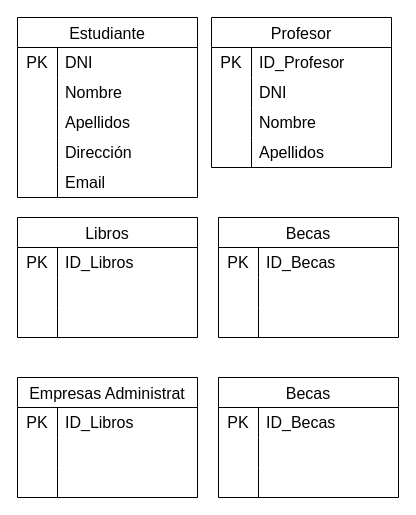
Earlier version of the draw.io diagram page "Página-1" (1 of 2) of Modelo-ER/Modelo Relacional.drawio (Angel170605/Proyecto-BBDD). Source tidied: cells renumbered, new cells numbered last; positions are measured from the earlier drawing's top-left corner, leaving out a move shared by most shapes. Both pictures are drawn from the tidied source at 100%, with x=0, y=0 at pixel (17, 17).
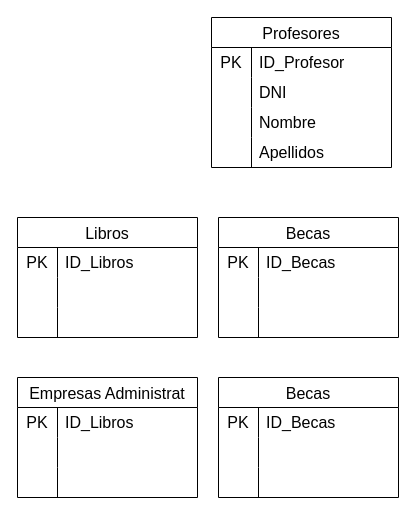
Above is the later version.

Diff of the diagram source:
```diff
@@
-    <mxCell id="2" value="Estudiante" style="shape=table;startSize=30;childLayout=tableLayout;rowLines=0;fontStyle=0;strokeColor=default;fontSize=16;" parent="1" vertex="1">
-      <mxGeometry width="180" height="180" as="geometry" />
-    </mxCell>
-    <mxCell id="3" style="shape=tableRow;horizontal=0;startSize=0;swimlaneHead=0;swimlaneBody=0;top=0;left=0;bottom=0;right=0;fillColor=none;strokeColor=inherit;fontSize=16;" parent="2" vertex="1">
-      <mxGeometry y="30" width="180" height="30" as="geometry" />
-    </mxCell>
-    <mxCell id="4" value="PK" style="shape=partialRectangle;html=1;whiteSpace=wrap;fillColor=none;top=0;left=0;bottom=0;right=0;overflow=hidden;strokeColor=inherit;fontSize=16;" parent="3" vertex="1">
-      <mxGeometry width="40" height="30" as="geometry" />
-    </mxCell>
-    <mxCell id="5" value="DNI" style="shape=partialRectangle;html=1;whiteSpace=wrap;fillColor=none;top=0;left=0;bottom=0;right=0;align=left;spacingLeft=6;overflow=hidden;strokeColor=inherit;fontSize=16;" parent="3" vertex="1">
-      <mxGeometry x="40" width="140" height="30" as="geometry" />
-    </mxCell>
-    <mxCell id="6" style="shape=tableRow;horizontal=0;startSize=0;swimlaneHead=0;swimlaneBody=0;top=0;left=0;bottom=0;right=0;fillColor=none;strokeColor=inherit;fontSize=16;" parent="2" vertex="1">
-      <mxGeometry y="60" width="180" height="30" as="geometry" />
-    </mxCell>
-    <mxCell id="7" style="shape=partialRectangle;html=1;whiteSpace=wrap;fillColor=none;top=0;left=0;bottom=0;right=0;overflow=hidden;strokeColor=inherit;fontSize=16;" parent="6" vertex="1">
-      <mxGeometry width="40" height="30" as="geometry" />
-    </mxCell>
-    <mxCell id="8" value="Nombre" style="shape=partialRectangle;html=1;whiteSpace=wrap;fillColor=none;top=0;left=0;bottom=0;right=0;align=left;spacingLeft=6;overflow=hidden;strokeColor=inherit;fontSize=16;" parent="6" vertex="1">
-      <mxGeometry x="40" width="140" height="30" as="geometry" />
-    </mxCell>
-    <mxCell id="9" style="shape=tableRow;horizontal=0;startSize=0;swimlaneHead=0;swimlaneBody=0;top=0;left=0;bottom=0;right=0;fillColor=none;strokeColor=inherit;fontSize=16;" parent="2" vertex="1">
-      <mxGeometry y="90" width="180" height="30" as="geometry" />
-    </mxCell>
-    <mxCell id="10" style="shape=partialRectangle;html=1;whiteSpace=wrap;fillColor=none;top=0;left=0;bottom=0;right=0;overflow=hidden;strokeColor=inherit;fontSize=16;" parent="9" vertex="1">
-      <mxGeometry width="40" height="30" as="geometry" />
-    </mxCell>
-    <mxCell id="11" value="Apellidos" style="shape=partialRectangle;html=1;whiteSpace=wrap;fillColor=none;top=0;left=0;bottom=0;right=0;align=left;spacingLeft=6;overflow=hidden;strokeColor=inherit;fontSize=16;" parent="9" vertex="1">
-      <mxGeometry x="40" width="140" height="30" as="geometry" />
-    </mxCell>
-    <mxCell id="12" style="shape=tableRow;horizontal=0;startSize=0;swimlaneHead=0;swimlaneBody=0;top=0;left=0;bottom=0;right=0;fillColor=none;strokeColor=inherit;fontSize=16;" parent="2" vertex="1">
-      <mxGeometry y="120" width="180" height="30" as="geometry" />
-    </mxCell>
-    <mxCell id="13" style="shape=partialRectangle;html=1;whiteSpace=wrap;fillColor=none;top=0;left=0;bottom=0;right=0;overflow=hidden;strokeColor=inherit;fontSize=16;" parent="12" vertex="1">
-      <mxGeometry width="40" height="30" as="geometry" />
-    </mxCell>
-    <mxCell id="14" value="Dirección" style="shape=partialRectangle;html=1;whiteSpace=wrap;fillColor=none;top=0;left=0;bottom=0;right=0;align=left;spacingLeft=6;overflow=hidden;strokeColor=inherit;fontSize=16;" parent="12" vertex="1">
-      <mxGeometry x="40" width="140" height="30" as="geometry" />
-    </mxCell>
-    <mxCell id="15" style="shape=tableRow;horizontal=0;startSize=0;swimlaneHead=0;swimlaneBody=0;top=0;left=0;bottom=0;right=0;fillColor=none;strokeColor=inherit;fontSize=16;" parent="2" vertex="1">
-      <mxGeometry y="150" width="180" height="30" as="geometry" />
-    </mxCell>
-    <mxCell id="16" style="shape=partialRectangle;html=1;whiteSpace=wrap;fillColor=none;top=0;left=0;bottom=0;right=0;overflow=hidden;strokeColor=inherit;fontSize=16;" parent="15" vertex="1">
-      <mxGeometry width="40" height="30" as="geometry" />
-    </mxCell>
-    <mxCell id="17" value="Email" style="shape=partialRectangle;html=1;whiteSpace=wrap;fillColor=none;top=0;left=0;bottom=0;right=0;align=left;spacingLeft=6;overflow=hidden;strokeColor=inherit;fontSize=16;" parent="15" vertex="1">
-      <mxGeometry x="40" width="140" height="30" as="geometry" />
-    </mxCell>
-    <mxCell id="18" value="Profesor" style="shape=table;startSize=30;childLayout=tableLayout;rowLines=0;fontStyle=0;strokeColor=default;fontSize=16;" parent="1" vertex="1">
+    <mxCell id="18" value="Profesores" style="shape=table;startSize=30;childLayout=tableLayout;rowLines=0;fontStyle=0;strokeColor=default;fontSize=16;" parent="1" vertex="1">
       <mxGeometry x="194" width="180" height="150" as="geometry" />
     </mxCell>
```
